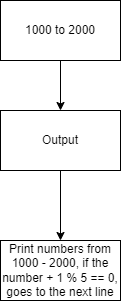
The draw.io diagram design.five_number.top-down.png in Yiyun-Qin/ICS3U-Unit4-07-Python, before a commit. Source tidied: cells renumbered, new cells last; positions are measured from the earlier drawing's top-left corner, leaving out a move shared by most shapes. Its diagram source:
```xml
<mxGraphModel>
  <root>
    <mxCell id="0" />
    <mxCell id="1" parent="0" />
    <mxCell id="2" style="edgeStyle=orthogonalEdgeStyle;rounded=0;html=1;exitX=0.5;exitY=1;exitDx=0;exitDy=0;entryX=0.5;entryY=0;entryDx=0;entryDy=0;" parent="1" edge="1" source="3" target="5">
      <mxGeometry relative="1" as="geometry" />
    </mxCell>
    <mxCell id="3" value="1000 to 2000" style="rounded=0;whiteSpace=wrap;html=1;" parent="1" vertex="1">
      <mxGeometry width="120" height="60" as="geometry" />
    </mxCell>
    <mxCell id="4" style="edgeStyle=orthogonalEdgeStyle;rounded=0;html=1;exitX=0.5;exitY=1;exitDx=0;exitDy=0;entryX=0.5;entryY=0;entryDx=0;entryDy=0;" parent="1" edge="1" source="5" target="6">
      <mxGeometry relative="1" as="geometry" />
    </mxCell>
    <mxCell id="5" value="Output" style="rounded=0;whiteSpace=wrap;html=1;" parent="1" vertex="1">
      <mxGeometry y="110" width="120" height="60" as="geometry" />
    </mxCell>
    <mxCell id="6" value="Print numbers from 1000 - 2000, if the number + 1 % 5 == 0, goes to the next line" style="rounded=0;whiteSpace=wrap;html=1;" parent="1" vertex="1">
      <mxGeometry y="240" width="120" height="60" as="geometry" />
    </mxCell>
  </root>
</mxGraphModel>
```
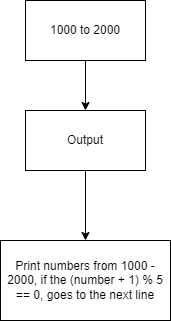
The same diagram one commit later.

What changed in the source:
```diff
@@ -14,8 +14,8 @@
     <mxCell id="5" value="Output" style="rounded=0;whiteSpace=wrap;html=1;" parent="1" vertex="1">
       <mxGeometry y="110" width="120" height="60" as="geometry" />
     </mxCell>
-    <mxCell id="6" value="Print numbers from 1000 - 2000, if the number + 1 % 5 == 0, goes to the next line" style="rounded=0;whiteSpace=wrap;html=1;" parent="1" vertex="1">
-      <mxGeometry y="240" width="120" height="60" as="geometry" />
+    <mxCell id="6" value="Print numbers from 1000 - 2000, if the (number + 1) % 5 == 0, goes to the next line" style="rounded=0;whiteSpace=wrap;html=1;" parent="1" vertex="1">
+      <mxGeometry x="-25" y="240" width="170" height="80" as="geometry" />
     </mxCell>
   </root>
 </mxGraphModel>
```
